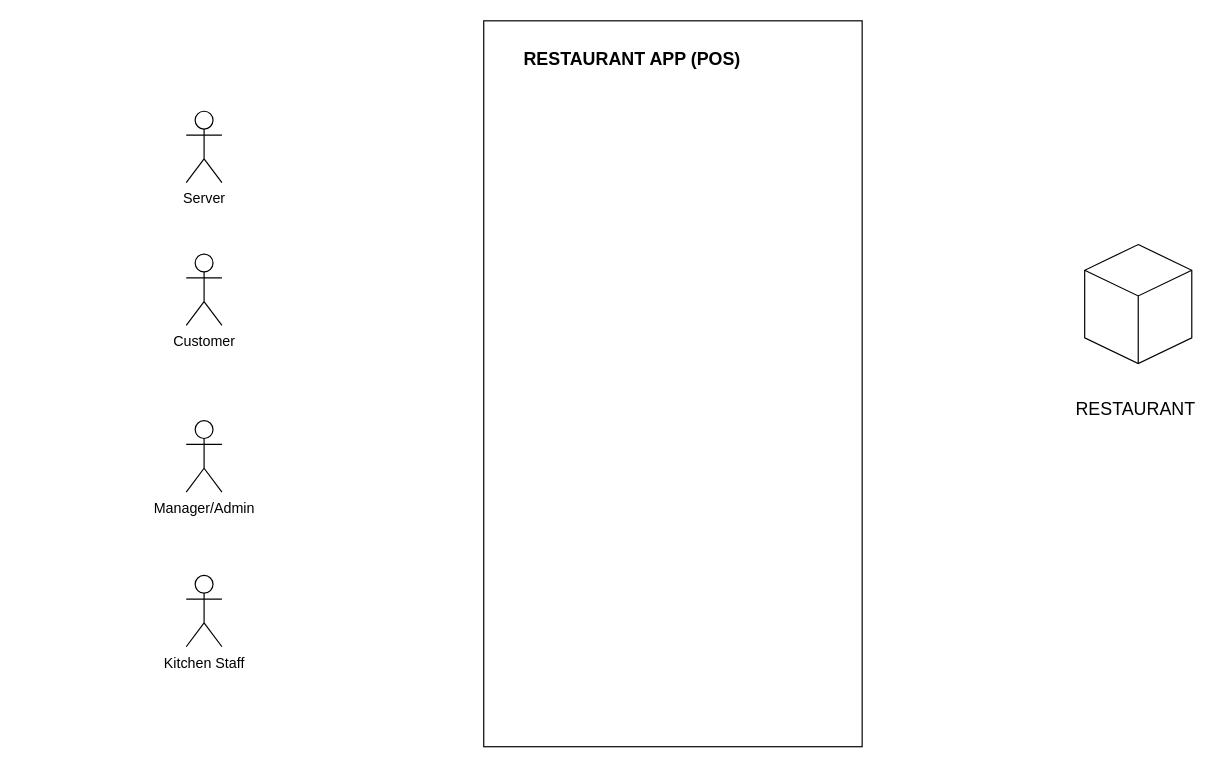
This is documentation/Use Case Diagram.drawio from KryptoFlamingo/Inventory_Management_App, a draw.io file, before an edit. Source tidied: cells renumbered, new cells numbered last; positions are measured from the earlier drawing's top-left corner, leaving out a move shared by most shapes. Both pictures are drawn from the tidied source at 119%, with x=0, y=0 at pixel (186, 20).
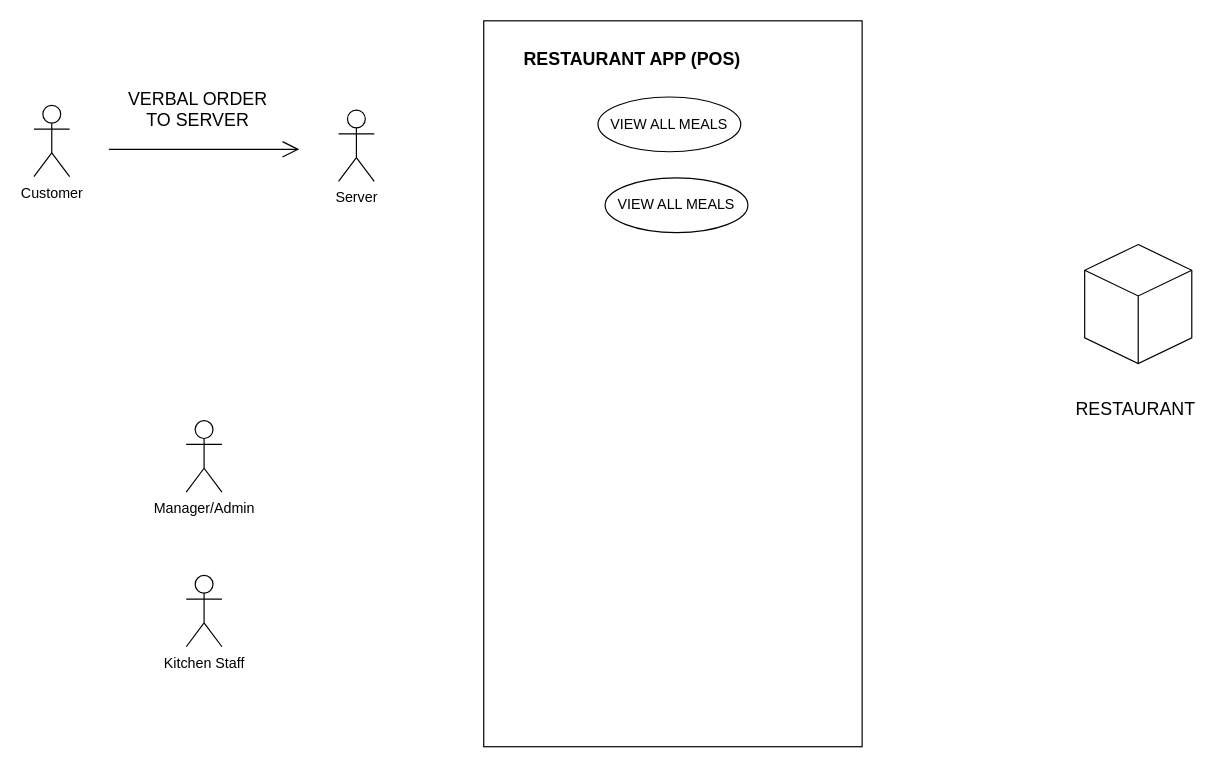
The same diagram, later.

Diff of the diagram source:
```diff
@@
 <mxGraphModel>
   <root>
     <mxCell id="0" />
     <mxCell id="1" parent="0" />
     <mxCell id="2" value="Server" style="shape=umlActor;verticalLabelPosition=bottom;verticalAlign=top;html=1;" parent="1" vertex="1">
-      <mxGeometry y="76" width="30" height="60" as="geometry" />
+      <mxGeometry x="128" y="75" width="30" height="60" as="geometry" />
     </mxCell>
     <mxCell id="3" value="Customer" style="shape=umlActor;verticalLabelPosition=bottom;verticalAlign=top;html=1;" parent="1" vertex="1">
-      <mxGeometry y="196" width="30" height="60" as="geometry" />
+      <mxGeometry x="-128" y="71" width="30" height="60" as="geometry" />
     </mxCell>
     <mxCell id="4" value="Manager/Admin" style="shape=umlActor;verticalLabelPosition=bottom;verticalAlign=top;html=1;" parent="1" vertex="1">
       <mxGeometry y="336" width="30" height="60" as="geometry" />
     </mxCell>
     <mxCell id="5" value="Kitchen Staff" style="shape=umlActor;verticalLabelPosition=bottom;verticalAlign=top;html=1;" parent="1" vertex="1">
       <mxGeometry y="466" width="30" height="60" as="geometry" />
     </mxCell>
     <mxCell id="6" style="html=1;whiteSpace=wrap;shape=isoCube2;backgroundOutline=1;isoAngle=15;" parent="1" vertex="1">
       <mxGeometry x="755" y="188" width="90" height="100" as="geometry" />
     </mxCell>
     <mxCell id="7" value="&lt;font style=&quot;font-size: 15px&quot;&gt;RESTAURANT&lt;/font&gt;" style="text;html=1;strokeColor=none;fillColor=none;align=center;verticalAlign=middle;whiteSpace=wrap;rounded=0;" parent="1" vertex="1">
       <mxGeometry x="778" y="316" width="40" height="20" as="geometry" />
     </mxCell>
     <mxCell id="8" style="rounded=0;whiteSpace=wrap;html=1;" parent="1" vertex="1">
       <mxGeometry x="250" width="318" height="610" as="geometry" />
     </mxCell>
     <mxCell id="9" value="&lt;b&gt;&lt;font style=&quot;font-size: 15px&quot;&gt;RESTAURANT APP (POS)&lt;/font&gt;&lt;/b&gt;" style="text;html=1;strokeColor=none;fillColor=none;align=center;verticalAlign=middle;whiteSpace=wrap;rounded=0;" parent="1" vertex="1">
       <mxGeometry x="278" y="22" width="194" height="20" as="geometry" />
     </mxCell>
+    <mxCell id="10" value="VIEW ALL MEALS" style="ellipse;whiteSpace=wrap;html=1;" parent="1" vertex="1">
+      <mxGeometry x="346" y="64" width="120" height="46" as="geometry" />
+    </mxCell>
+    <mxCell id="11" value="VIEW ALL MEALS" style="ellipse;whiteSpace=wrap;html=1;" parent="1" vertex="1">
+      <mxGeometry x="352" y="132" width="120" height="46" as="geometry" />
+    </mxCell>
+    <mxCell id="12" value="&lt;font style=&quot;font-size: 15px&quot;&gt;VERBAL ORDER TO SERVER&lt;/font&gt;" style="text;html=1;strokeColor=none;fillColor=none;align=center;verticalAlign=middle;whiteSpace=wrap;rounded=0;" parent="1" vertex="1">
+      <mxGeometry x="-58" y="64" width="136" height="20" as="geometry" />
+    </mxCell>
+    <mxCell id="13" style="endArrow=open;endFill=1;endSize=12;html=1;" parent="1" edge="1">
+      <mxGeometry relative="1" as="geometry">
+        <mxPoint x="-65" y="108" as="sourcePoint" />
+        <mxPoint x="95" y="108" as="targetPoint" />
+      </mxGeometry>
+    </mxCell>
   </root>
 </mxGraphModel>
```
